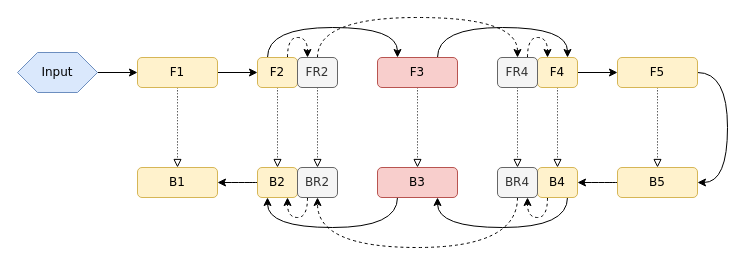
Earlier version of the draw.io diagram rc.drawio (mulanfly/diagrams). Source tidied: cells renumbered, new cells numbered last; positions are measured from the earlier drawing's top-left corner, leaving out a move shared by most shapes. Both pictures are drawn from the tidied source at 100%, with x=0, y=0 at pixel (17, 17).
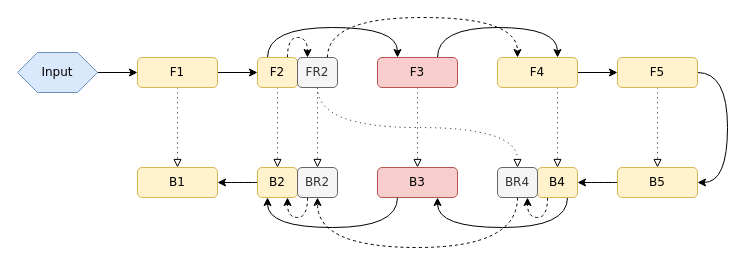
The same diagram, later.

The change refers to these unchanged cells:
```xml
<mxCell id="4" value="F1" style="rounded=1;whiteSpace=wrap;html=1;shadow=0;sketch=0;glass=0;fillColor=#fff2cc;strokeColor=#d6b656;fontFamily=Verdana;" parent="1" vertex="1">
  <mxGeometry x="120" y="40" width="80" height="30" as="geometry" />
</mxCell>
<mxCell id="10" value="F2" style="rounded=1;whiteSpace=wrap;html=1;shadow=0;sketch=0;glass=0;fillColor=#fff2cc;strokeColor=#d6b656;gradientColor=none;gradientDirection=east;fontFamily=Verdana;" parent="1" vertex="1">
  <mxGeometry x="240" y="40" width="40" height="30" as="geometry" />
</mxCell>
<mxCell id="13" value="F3" style="rounded=1;whiteSpace=wrap;html=1;shadow=0;sketch=0;glass=0;fillColor=#f8cecc;strokeColor=#b85450;fontFamily=Verdana;" parent="1" vertex="1">
  <mxGeometry x="360" y="40" width="80" height="30" as="geometry" />
</mxCell>
<mxCell id="19" value="F5" style="rounded=1;whiteSpace=wrap;html=1;shadow=0;sketch=0;glass=0;fillColor=#fff2cc;strokeColor=#d6b656;fontFamily=Verdana;" parent="1" vertex="1">
  <mxGeometry x="600" y="40" width="80" height="30" as="geometry" />
</mxCell>
<mxCell id="22" value="FR2" style="rounded=1;whiteSpace=wrap;html=1;shadow=0;sketch=0;glass=0;fillColor=#f5f5f5;strokeColor=#666666;gradientDirection=east;fontColor=#333333;fontFamily=Verdana;" parent="1" vertex="1">
  <mxGeometry x="280" y="40" width="40" height="30" as="geometry" />
</mxCell>
<mxCell id="27" value="B5" style="rounded=1;whiteSpace=wrap;html=1;shadow=0;sketch=0;glass=0;fillColor=#fff2cc;strokeColor=#d6b656;fontFamily=Verdana;" parent="1" vertex="1">
  <mxGeometry x="600" y="150" width="80" height="30" as="geometry" />
</mxCell>
<mxCell id="30" value="B4" style="rounded=1;whiteSpace=wrap;html=1;shadow=0;sketch=0;glass=0;fillColor=#fff2cc;strokeColor=#d6b656;fontFamily=Verdana;" parent="1" vertex="1">
  <mxGeometry x="520" y="150" width="40" height="30" as="geometry" />
</mxCell>
<mxCell id="32" value="BR4" style="rounded=1;whiteSpace=wrap;html=1;shadow=0;sketch=0;glass=0;fillColor=#f5f5f5;strokeColor=#666666;gradientDirection=east;fontColor=#333333;fontFamily=Verdana;" parent="1" vertex="1">
  <mxGeometry x="480" y="150" width="40" height="30" as="geometry" />
</mxCell>
<mxCell id="33" value="B1" style="rounded=1;whiteSpace=wrap;html=1;shadow=0;sketch=0;glass=0;fillColor=#fff2cc;strokeColor=#d6b656;fontFamily=Verdana;" parent="1" vertex="1">
  <mxGeometry x="120" y="150" width="80" height="30" as="geometry" />
</mxCell>
<mxCell id="35" value="B2" style="rounded=1;whiteSpace=wrap;html=1;shadow=0;sketch=0;glass=0;fillColor=#fff2cc;strokeColor=#d6b656;gradientColor=none;gradientDirection=east;fontFamily=Verdana;" parent="1" vertex="1">
  <mxGeometry x="240" y="150" width="40" height="30" as="geometry" />
</mxCell>
<mxCell id="37" value="BR2" style="rounded=1;whiteSpace=wrap;html=1;shadow=0;sketch=0;glass=0;fillColor=#f5f5f5;strokeColor=#666666;gradientDirection=east;fontColor=#333333;fontFamily=Verdana;" parent="1" vertex="1">
  <mxGeometry x="280" y="150" width="40" height="30" as="geometry" />
</mxCell>
<mxCell id="39" value="B3" style="rounded=1;whiteSpace=wrap;html=1;shadow=0;sketch=0;glass=0;fillColor=#f8cecc;strokeColor=#b85450;fontFamily=Verdana;" parent="1" vertex="1">
  <mxGeometry x="360" y="150" width="80" height="30" as="geometry" />
</mxCell>
```

The edit, as a diff of the source:
```diff
@@
-    <mxCell id="3" style="edgeStyle=orthogonalEdgeStyle;curved=1;sketch=0;jettySize=auto;html=1;exitX=0.5;exitY=1;exitDx=0;exitDy=0;shadow=0;endArrow=block;endFill=0;strokeWidth=1;dashed=1;dashPattern=1 2;fontFamily=Verdana;" parent="1" edge="1" source="4" target="33">
+    <mxCell id="3" style="edgeStyle=orthogonalEdgeStyle;curved=1;sketch=0;jettySize=auto;html=1;exitX=0.5;exitY=1;exitDx=0;exitDy=0;shadow=0;endArrow=block;endFill=0;strokeWidth=1;dashed=1;dashPattern=1 4;fontFamily=Verdana;" parent="1" edge="1" source="4" target="33">
       <mxGeometry relative="1" as="geometry" />
     </mxCell>
@@
-    <mxCell id="9" style="edgeStyle=orthogonalEdgeStyle;curved=1;sketch=0;jettySize=auto;html=1;exitX=0.5;exitY=1;exitDx=0;exitDy=0;entryX=0.5;entryY=0;entryDx=0;entryDy=0;shadow=0;endArrow=block;endFill=0;strokeColor=#000000;strokeWidth=1;dashed=1;dashPattern=1 2;fontFamily=Verdana;" parent="1" edge="1" source="10" target="35">
+    <mxCell id="9" style="edgeStyle=orthogonalEdgeStyle;curved=1;sketch=0;jettySize=auto;html=1;exitX=0.5;exitY=1;exitDx=0;exitDy=0;entryX=0.5;entryY=0;entryDx=0;entryDy=0;shadow=0;endArrow=block;endFill=0;strokeColor=#000000;strokeWidth=1;dashed=1;dashPattern=1 4;fontFamily=Verdana;" parent="1" edge="1" source="10" target="35">
       <mxGeometry relative="1" as="geometry" />
     </mxCell>
@@
+    <mxCell id="12" style="edgeStyle=orthogonalEdgeStyle;curved=1;sketch=0;jettySize=auto;html=1;exitX=0.5;exitY=1;exitDx=0;exitDy=0;entryX=0.5;entryY=0;entryDx=0;entryDy=0;shadow=0;endArrow=block;endFill=0;strokeColor=#000000;strokeWidth=1;dashed=1;dashPattern=1 4;fontFamily=Verdana;" parent="1" edge="1" source="13" target="39">
+      <mxGeometry relative="1" as="geometry" />
+    </mxCell>
-    <mxCell id="11" style="edgeStyle=orthogonalEdgeStyle;curved=1;sketch=0;jettySize=auto;html=1;exitX=0.75;exitY=0;exitDx=0;exitDy=0;entryX=0.75;entryY=0;entryDx=0;entryDy=0;shadow=0;endArrow=classic;endFill=1;endSize=6;strokeColor=#000000;strokeWidth=1;fontFamily=Verdana;" parent="1" edge="1" source="13" target="16">
+    <mxCell id="11" style="edgeStyle=orthogonalEdgeStyle;curved=1;rounded=0;jettySize=auto;html=1;exitX=0.75;exitY=0;exitDx=0;exitDy=0;entryX=0.75;entryY=0;entryDx=0;entryDy=0;endArrow=classic;endFill=1;" parent="1" edge="1" source="13" target="16">
       <mxGeometry relative="1" as="geometry">
         <Array as="points">
           <mxPoint x="420" y="10" />
-          <mxPoint x="550" y="10" />
+          <mxPoint x="540" y="10" />
         </Array>
       </mxGeometry>
     </mxCell>
-    <mxCell id="12" style="edgeStyle=orthogonalEdgeStyle;curved=1;sketch=0;jettySize=auto;html=1;exitX=0.5;exitY=1;exitDx=0;exitDy=0;entryX=0.5;entryY=0;entryDx=0;entryDy=0;shadow=0;endArrow=block;endFill=0;strokeColor=#000000;strokeWidth=1;dashed=1;dashPattern=1 2;fontFamily=Verdana;" parent="1" edge="1" source="13" target="39">
-      <mxGeometry relative="1" as="geometry" />
-    </mxCell>
@@
-    <mxCell id="15" style="edgeStyle=orthogonalEdgeStyle;curved=1;sketch=0;jettySize=auto;html=1;exitX=0.5;exitY=1;exitDx=0;exitDy=0;entryX=0.5;entryY=0;entryDx=0;entryDy=0;shadow=0;endArrow=block;endFill=0;strokeColor=#000000;strokeWidth=1;dashed=1;dashPattern=1 2;fontFamily=Verdana;" parent="1" edge="1" source="16" target="30">
+    <mxCell id="15" style="edgeStyle=orthogonalEdgeStyle;curved=1;sketch=0;jettySize=auto;html=1;exitX=0.75;exitY=1;exitDx=0;exitDy=0;entryX=0.5;entryY=0;entryDx=0;entryDy=0;shadow=0;endArrow=block;endFill=0;strokeColor=#000000;strokeWidth=1;dashed=1;dashPattern=1 4;fontFamily=Verdana;" parent="1" edge="1" source="16" target="30">
       <mxGeometry relative="1" as="geometry" />
     </mxCell>
     <mxCell id="16" value="F4" style="rounded=1;whiteSpace=wrap;html=1;shadow=0;sketch=0;glass=0;fillColor=#fff2cc;strokeColor=#d6b656;fontFamily=Verdana;" parent="1" vertex="1">
-      <mxGeometry x="520" y="40" width="40" height="30" as="geometry" />
+      <mxGeometry x="480" y="40" width="80" height="30" as="geometry" />
     </mxCell>
@@
-    <mxCell id="18" style="edgeStyle=orthogonalEdgeStyle;curved=1;sketch=0;jettySize=auto;html=1;exitX=0.5;exitY=1;exitDx=0;exitDy=0;entryX=0.5;entryY=0;entryDx=0;entryDy=0;shadow=0;endArrow=block;endFill=0;strokeColor=#000000;strokeWidth=1;dashed=1;dashPattern=1 2;fontFamily=Verdana;" parent="1" edge="1" source="19" target="27">
+    <mxCell id="18" style="edgeStyle=orthogonalEdgeStyle;curved=1;sketch=0;jettySize=auto;html=1;exitX=0.5;exitY=1;exitDx=0;exitDy=0;entryX=0.5;entryY=0;entryDx=0;entryDy=0;shadow=0;endArrow=block;endFill=0;strokeColor=#000000;strokeWidth=1;dashed=1;dashPattern=1 4;fontFamily=Verdana;" parent="1" edge="1" source="19" target="27">
       <mxGeometry relative="1" as="geometry" />
     </mxCell>
@@
-    <mxCell id="20" style="edgeStyle=orthogonalEdgeStyle;curved=1;sketch=0;jettySize=auto;html=1;exitX=0.5;exitY=0;exitDx=0;exitDy=0;entryX=0.5;entryY=0;entryDx=0;entryDy=0;shadow=0;dashed=1;strokeColor=#000000;fontFamily=Verdana;" parent="1" edge="1" source="22" target="25">
-      <mxGeometry relative="1" as="geometry">
-        <Array as="points">
-          <mxPoint x="300" />
-          <mxPoint x="500" />
-        </Array>
-      </mxGeometry>
-    </mxCell>
-    <mxCell id="21" style="edgeStyle=orthogonalEdgeStyle;curved=1;sketch=0;jettySize=auto;html=1;exitX=0.5;exitY=1;exitDx=0;exitDy=0;entryX=0.5;entryY=0;entryDx=0;entryDy=0;shadow=0;endArrow=block;endFill=0;strokeColor=#000000;strokeWidth=1;dashed=1;dashPattern=1 2;fontFamily=Verdana;" parent="1" edge="1" source="22" target="37">
+    <mxCell id="21" style="edgeStyle=orthogonalEdgeStyle;curved=1;sketch=0;jettySize=auto;html=1;exitX=0.5;exitY=1;exitDx=0;exitDy=0;entryX=0.5;entryY=0;entryDx=0;entryDy=0;shadow=0;endArrow=block;endFill=0;strokeColor=#000000;strokeWidth=1;dashed=1;dashPattern=1 4;fontFamily=Verdana;" parent="1" edge="1" source="22" target="37">
       <mxGeometry relative="1" as="geometry" />
     </mxCell>
+    <mxCell id="40" style="edgeStyle=orthogonalEdgeStyle;curved=1;rounded=0;jettySize=auto;html=1;exitX=0.5;exitY=1;exitDx=0;exitDy=0;entryX=0.5;entryY=0;entryDx=0;entryDy=0;dashed=1;dashPattern=1 4;endArrow=block;endFill=0;" parent="1" edge="1" source="22" target="32">
+      <mxGeometry relative="1" as="geometry" />
+    </mxCell>
+    <mxCell id="41" style="edgeStyle=orthogonalEdgeStyle;curved=1;rounded=0;jettySize=auto;html=1;exitX=0.75;exitY=0;exitDx=0;exitDy=0;entryX=0.25;entryY=0;entryDx=0;entryDy=0;endArrow=classic;endFill=1;dashed=1;" parent="1" edge="1" source="22" target="16">
+      <mxGeometry relative="1" as="geometry">
+        <Array as="points">
+          <mxPoint x="310" />
+          <mxPoint x="500" />
+        </Array>
+      </mxGeometry>
+    </mxCell>
@@
-    <mxCell id="23" style="edgeStyle=orthogonalEdgeStyle;curved=1;sketch=0;jettySize=auto;html=1;exitX=0.75;exitY=0;exitDx=0;exitDy=0;entryX=0.25;entryY=0;entryDx=0;entryDy=0;shadow=0;dashed=1;strokeColor=#000000;fontFamily=Verdana;" parent="1" edge="1" source="25" target="16">
-      <mxGeometry relative="1" as="geometry">
-        <Array as="points">
-          <mxPoint x="510" y="20" />
-          <mxPoint x="530" y="20" />
-        </Array>
-      </mxGeometry>
-    </mxCell>
-    <mxCell id="24" style="edgeStyle=orthogonalEdgeStyle;curved=1;sketch=0;jettySize=auto;html=1;exitX=0.5;exitY=1;exitDx=0;exitDy=0;entryX=0.5;entryY=0;entryDx=0;entryDy=0;shadow=0;endArrow=block;endFill=0;strokeColor=#000000;strokeWidth=1;dashed=1;dashPattern=1 2;fontFamily=Verdana;" parent="1" edge="1" source="25" target="32">
-      <mxGeometry relative="1" as="geometry" />
-    </mxCell>
-    <mxCell id="25" value="FR4" style="rounded=1;whiteSpace=wrap;html=1;shadow=0;sketch=0;glass=0;fillColor=#f5f5f5;strokeColor=#666666;gradientDirection=east;fontColor=#333333;fontFamily=Verdana;" parent="1" vertex="1">
-      <mxGeometry x="480" y="40" width="40" height="30" as="geometry" />
-    </mxCell>
```
